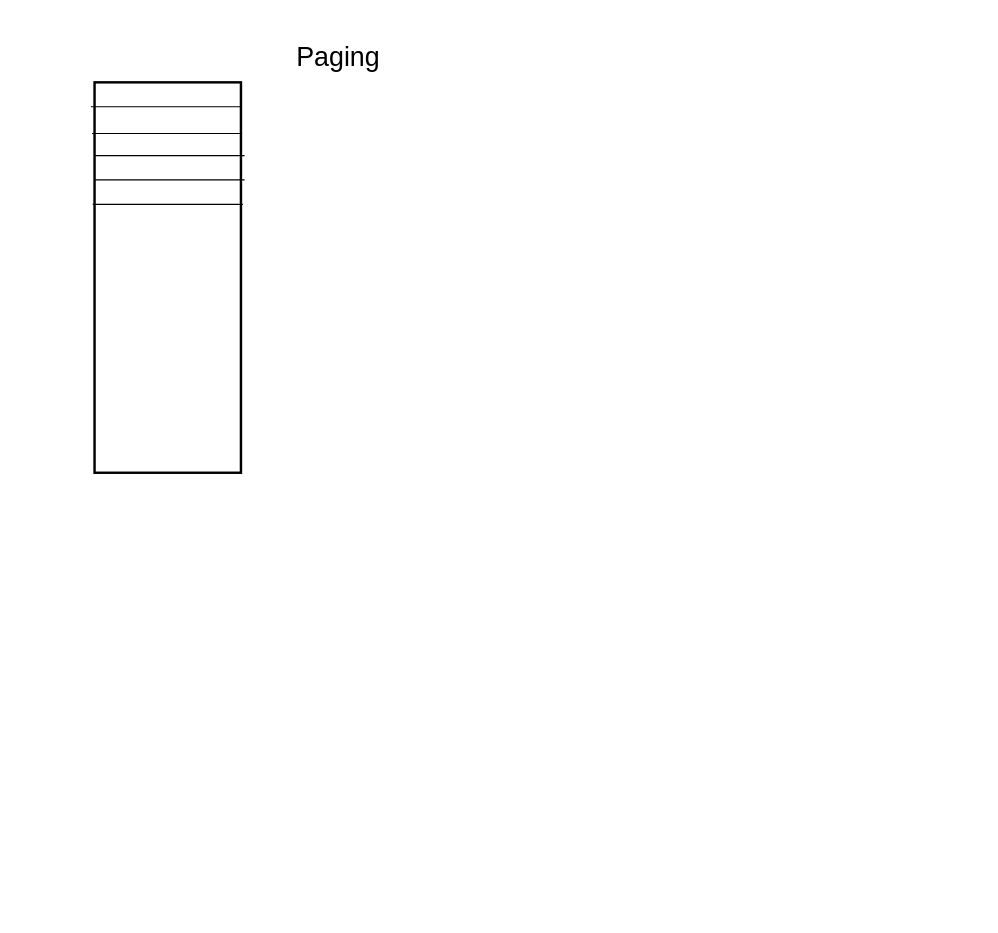
This is page "Paging" (2 of 9) of Memory Management.drawio from CorpDK/Drawing, a draw.io file, before an edit. Source tidied: cells renumbered, new cells numbered last; positions are measured from the earlier drawing's top-left corner, leaving out a move shared by most shapes. Both pictures are drawn from the tidied source at 122%, with x=0, y=0 at pixel (90, 33).
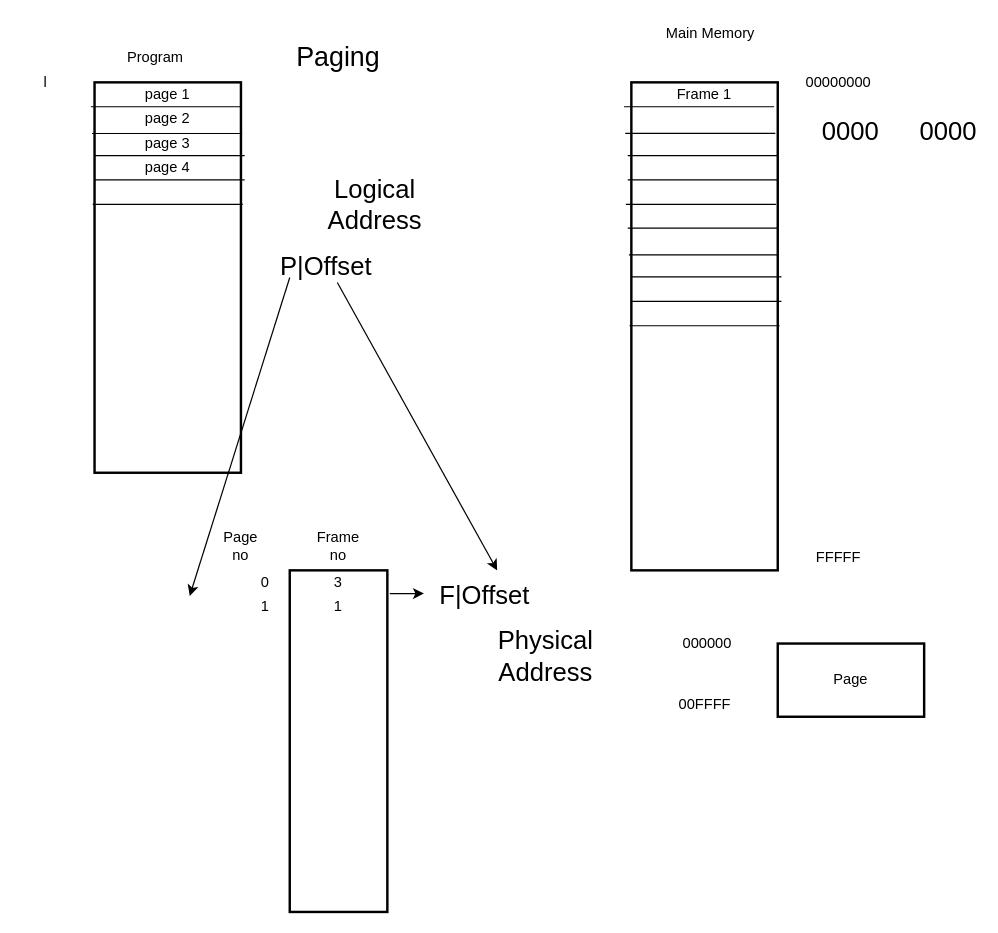
Above is the later version.

What changed in the source:
```diff
@@
+    <mxCell id="9" value="l" style="text;html=1;strokeColor=none;fillColor=none;align=center;verticalAlign=middle;whiteSpace=wrap;rounded=0;glass=0;" parent="1" vertex="1">
+      <mxGeometry x="-57" y="30" width="40" height="20" as="geometry" />
+    </mxCell>
+    <mxCell id="10" value="page 1&lt;br&gt;" style="text;html=1;strokeColor=none;fillColor=none;align=center;verticalAlign=middle;whiteSpace=wrap;rounded=0;glass=0;" parent="1" vertex="1">
+      <mxGeometry x="43" y="40" width="40" height="20" as="geometry" />
+    </mxCell>
+    <mxCell id="11" value="page 2" style="text;html=1;strokeColor=none;fillColor=none;align=center;verticalAlign=middle;whiteSpace=wrap;rounded=0;glass=0;" parent="1" vertex="1">
+      <mxGeometry x="43" y="60" width="40" height="20" as="geometry" />
+    </mxCell>
+    <mxCell id="12" value="page 3" style="text;html=1;strokeColor=none;fillColor=none;align=center;verticalAlign=middle;whiteSpace=wrap;rounded=0;glass=0;" parent="1" vertex="1">
+      <mxGeometry x="43" y="80" width="40" height="20" as="geometry" />
+    </mxCell>
+    <mxCell id="13" value="page 4" style="text;html=1;strokeColor=none;fillColor=none;align=center;verticalAlign=middle;whiteSpace=wrap;rounded=0;glass=0;" parent="1" vertex="1">
+      <mxGeometry x="43" y="100" width="40" height="20" as="geometry" />
+    </mxCell>
+    <mxCell id="14" value="Program" style="text;html=1;strokeColor=none;fillColor=none;align=center;verticalAlign=middle;whiteSpace=wrap;rounded=0;glass=0;" parent="1" vertex="1">
+      <mxGeometry x="33" y="10" width="40" height="20" as="geometry" />
+    </mxCell>
+    <mxCell id="15" style="rounded=0;whiteSpace=wrap;html=1;glass=0;strokeWidth=2;fillColor=none;" parent="1" vertex="1">
+      <mxGeometry x="443" y="40" width="120" height="400" as="geometry" />
+    </mxCell>
+    <mxCell id="16" value="Main Memory" style="text;html=1;strokeColor=none;fillColor=none;align=center;verticalAlign=middle;whiteSpace=wrap;rounded=0;glass=0;" parent="1" vertex="1">
+      <mxGeometry x="463" y="-10" width="90" height="20" as="geometry" />
+    </mxCell>
+    <mxCell id="17" style="endArrow=none;html=1;entryX=1.008;entryY=0.131;entryDx=0;entryDy=0;entryPerimeter=0;exitX=-0.017;exitY=0.131;exitDx=0;exitDy=0;exitPerimeter=0;" parent="1" edge="1">
+      <mxGeometry relative="1" as="geometry">
+        <mxPoint x="438" y="81.9" as="sourcePoint" />
+        <mxPoint x="561" y="81.9" as="targetPoint" />
+      </mxGeometry>
+    </mxCell>
+    <mxCell id="18" style="endArrow=none;html=1;entryX=1.008;entryY=0.131;entryDx=0;entryDy=0;entryPerimeter=0;exitX=-0.017;exitY=0.131;exitDx=0;exitDy=0;exitPerimeter=0;" parent="1" edge="1">
+      <mxGeometry relative="1" as="geometry">
+        <mxPoint x="440" y="120" as="sourcePoint" />
+        <mxPoint x="563" y="120" as="targetPoint" />
+      </mxGeometry>
+    </mxCell>
+    <mxCell id="19" style="endArrow=none;html=1;entryX=1.008;entryY=0.131;entryDx=0;entryDy=0;entryPerimeter=0;exitX=-0.017;exitY=0.131;exitDx=0;exitDy=0;exitPerimeter=0;" parent="1" edge="1">
+      <mxGeometry relative="1" as="geometry">
+        <mxPoint x="437" y="60" as="sourcePoint" />
+        <mxPoint x="560" y="60" as="targetPoint" />
+      </mxGeometry>
+    </mxCell>
+    <mxCell id="20" style="endArrow=none;html=1;entryX=1.008;entryY=0.131;entryDx=0;entryDy=0;entryPerimeter=0;exitX=-0.017;exitY=0.131;exitDx=0;exitDy=0;exitPerimeter=0;" parent="1" edge="1">
+      <mxGeometry relative="1" as="geometry">
+        <mxPoint x="440" y="100" as="sourcePoint" />
+        <mxPoint x="563" y="100" as="targetPoint" />
+      </mxGeometry>
+    </mxCell>
+    <mxCell id="21" style="endArrow=none;html=1;entryX=1.008;entryY=0.131;entryDx=0;entryDy=0;entryPerimeter=0;exitX=-0.017;exitY=0.131;exitDx=0;exitDy=0;exitPerimeter=0;" parent="1" edge="1">
+      <mxGeometry relative="1" as="geometry">
+        <mxPoint x="438.5" y="140" as="sourcePoint" />
+        <mxPoint x="561.5" y="140" as="targetPoint" />
+      </mxGeometry>
+    </mxCell>
+    <mxCell id="22" style="endArrow=none;html=1;entryX=1.008;entryY=0.131;entryDx=0;entryDy=0;entryPerimeter=0;exitX=-0.017;exitY=0.131;exitDx=0;exitDy=0;exitPerimeter=0;" parent="1" edge="1">
+      <mxGeometry relative="1" as="geometry">
+        <mxPoint x="441" y="181.4" as="sourcePoint" />
+        <mxPoint x="564" y="181.4" as="targetPoint" />
+      </mxGeometry>
+    </mxCell>
+    <mxCell id="23" style="endArrow=none;html=1;entryX=1.008;entryY=0.131;entryDx=0;entryDy=0;entryPerimeter=0;exitX=-0.017;exitY=0.131;exitDx=0;exitDy=0;exitPerimeter=0;" parent="1" edge="1">
+      <mxGeometry relative="1" as="geometry">
+        <mxPoint x="443" y="219.5" as="sourcePoint" />
+        <mxPoint x="566" y="219.5" as="targetPoint" />
+      </mxGeometry>
+    </mxCell>
+    <mxCell id="24" style="endArrow=none;html=1;entryX=1.008;entryY=0.131;entryDx=0;entryDy=0;entryPerimeter=0;exitX=-0.017;exitY=0.131;exitDx=0;exitDy=0;exitPerimeter=0;" parent="1" edge="1">
+      <mxGeometry relative="1" as="geometry">
+        <mxPoint x="440" y="159.5" as="sourcePoint" />
+        <mxPoint x="563" y="159.5" as="targetPoint" />
+      </mxGeometry>
+    </mxCell>
+    <mxCell id="25" style="endArrow=none;html=1;entryX=1.008;entryY=0.131;entryDx=0;entryDy=0;entryPerimeter=0;exitX=-0.017;exitY=0.131;exitDx=0;exitDy=0;exitPerimeter=0;" parent="1" edge="1">
+      <mxGeometry relative="1" as="geometry">
+        <mxPoint x="443" y="199.5" as="sourcePoint" />
+        <mxPoint x="566" y="199.5" as="targetPoint" />
+      </mxGeometry>
+    </mxCell>
+    <mxCell id="26" style="endArrow=none;html=1;entryX=1.008;entryY=0.131;entryDx=0;entryDy=0;entryPerimeter=0;exitX=-0.017;exitY=0.131;exitDx=0;exitDy=0;exitPerimeter=0;" parent="1" edge="1">
+      <mxGeometry relative="1" as="geometry">
+        <mxPoint x="441.5" y="239.5" as="sourcePoint" />
+        <mxPoint x="564.5" y="239.5" as="targetPoint" />
+      </mxGeometry>
+    </mxCell>
+    <mxCell id="27" value="Frame 1" style="text;html=1;strokeColor=none;fillColor=none;align=center;verticalAlign=middle;whiteSpace=wrap;rounded=0;glass=0;" parent="1" vertex="1">
+      <mxGeometry x="468" y="40" width="70" height="20" as="geometry" />
+    </mxCell>
+    <mxCell id="28" value="00000000" style="text;html=1;strokeColor=none;fillColor=none;align=center;verticalAlign=middle;whiteSpace=wrap;rounded=0;glass=0;" parent="1" vertex="1">
+      <mxGeometry x="593" y="30" width="40" height="20" as="geometry" />
+    </mxCell>
+    <mxCell id="29" value="FFFFF" style="text;html=1;strokeColor=none;fillColor=none;align=center;verticalAlign=middle;whiteSpace=wrap;rounded=0;glass=0;" parent="1" vertex="1">
+      <mxGeometry x="593" y="420" width="40" height="20" as="geometry" />
+    </mxCell>
+    <mxCell id="30" style="rounded=0;whiteSpace=wrap;html=1;glass=0;strokeWidth=2;fillColor=none;" parent="1" vertex="1">
+      <mxGeometry x="163" y="440" width="80" height="280" as="geometry" />
+    </mxCell>
+    <mxCell id="31" value="Page no" style="text;html=1;strokeColor=none;fillColor=none;align=center;verticalAlign=middle;whiteSpace=wrap;rounded=0;glass=0;" parent="1" vertex="1">
+      <mxGeometry x="103" y="410" width="40" height="20" as="geometry" />
+    </mxCell>
+    <mxCell id="32" value="Frame no" style="text;html=1;strokeColor=none;fillColor=none;align=center;verticalAlign=middle;whiteSpace=wrap;rounded=0;glass=0;" parent="1" vertex="1">
+      <mxGeometry x="183" y="410" width="40" height="20" as="geometry" />
+    </mxCell>
+    <mxCell id="33" value="0" style="text;html=1;strokeColor=none;fillColor=none;align=center;verticalAlign=middle;whiteSpace=wrap;rounded=0;glass=0;" parent="1" vertex="1">
+      <mxGeometry x="123" y="440" width="40" height="20" as="geometry" />
+    </mxCell>
+    <mxCell id="34" value="3" style="text;html=1;strokeColor=none;fillColor=none;align=center;verticalAlign=middle;whiteSpace=wrap;rounded=0;glass=0;" parent="1" vertex="1">
+      <mxGeometry x="183" y="440" width="40" height="20" as="geometry" />
+    </mxCell>
+    <mxCell id="35" value="1" style="text;html=1;strokeColor=none;fillColor=none;align=center;verticalAlign=middle;whiteSpace=wrap;rounded=0;glass=0;" parent="1" vertex="1">
+      <mxGeometry x="123" y="460" width="40" height="20" as="geometry" />
+    </mxCell>
+    <mxCell id="36" value="1" style="text;html=1;strokeColor=none;fillColor=none;align=center;verticalAlign=middle;whiteSpace=wrap;rounded=0;glass=0;" parent="1" vertex="1">
+      <mxGeometry x="183" y="460" width="40" height="20" as="geometry" />
+    </mxCell>
+    <mxCell id="37" value="Page" style="rounded=0;whiteSpace=wrap;html=1;glass=0;strokeWidth=2;fillColor=none;" parent="1" vertex="1">
+      <mxGeometry x="563" y="500" width="120" height="60" as="geometry" />
+    </mxCell>
+    <mxCell id="38" value="000000" style="text;html=1;strokeColor=none;fillColor=none;align=center;verticalAlign=middle;whiteSpace=wrap;rounded=0;glass=0;" parent="1" vertex="1">
+      <mxGeometry x="448" y="490" width="115" height="20" as="geometry" />
+    </mxCell>
+    <mxCell id="39" value="00FFFF" style="text;html=1;strokeColor=none;fillColor=none;align=center;verticalAlign=middle;whiteSpace=wrap;rounded=0;glass=0;" parent="1" vertex="1">
+      <mxGeometry x="445.5" y="540" width="115" height="20" as="geometry" />
+    </mxCell>
+    <mxCell id="40" value="P|Offset" style="text;html=1;strokeColor=none;fillColor=none;align=center;verticalAlign=middle;whiteSpace=wrap;rounded=0;glass=0;fontSize=21;" parent="1" vertex="1">
+      <mxGeometry x="133" y="180" width="120" height="20" as="geometry" />
+    </mxCell>
+    <mxCell id="41" style="endArrow=classic;html=1;fontSize=21;exitX=0.25;exitY=1;exitDx=0;exitDy=0;entryX=-0.025;entryY=0.075;entryDx=0;entryDy=0;entryPerimeter=0;" parent="1" edge="1" source="40">
+      <mxGeometry relative="1" as="geometry">
+        <mxPoint x="81" y="461" as="targetPoint" />
+      </mxGeometry>
+    </mxCell>
+    <mxCell id="42" value="0000" style="text;html=1;strokeColor=none;fillColor=none;align=center;verticalAlign=middle;whiteSpace=wrap;rounded=0;glass=0;fontSize=21;" parent="1" vertex="1">
+      <mxGeometry x="603" y="70" width="40" height="20" as="geometry" />
+    </mxCell>
+    <mxCell id="43" value="0000" style="text;html=1;strokeColor=none;fillColor=none;align=center;verticalAlign=middle;whiteSpace=wrap;rounded=0;glass=0;fontSize=21;" parent="1" vertex="1">
+      <mxGeometry x="683" y="70" width="40" height="20" as="geometry" />
+    </mxCell>
+    <mxCell id="44" value="F|Offset" style="text;html=1;strokeColor=none;fillColor=none;align=center;verticalAlign=middle;whiteSpace=wrap;rounded=0;glass=0;fontSize=21;" parent="1" vertex="1">
+      <mxGeometry x="303" y="450" width="40" height="20" as="geometry" />
+    </mxCell>
+    <mxCell id="45" style="endArrow=classic;html=1;fontSize=21;exitX=0.575;exitY=1.2;exitDx=0;exitDy=0;exitPerimeter=0;" parent="1" edge="1" source="40">
+      <mxGeometry relative="1" as="geometry">
+        <mxPoint x="333" y="440" as="targetPoint" />
+      </mxGeometry>
+    </mxCell>
+    <mxCell id="46" style="endArrow=classic;html=1;fontSize=21;exitX=1.025;exitY=0.068;exitDx=0;exitDy=0;exitPerimeter=0;" parent="1" edge="1" source="30">
+      <mxGeometry relative="1" as="geometry">
+        <mxPoint x="273" y="459" as="targetPoint" />
+      </mxGeometry>
+    </mxCell>
+    <mxCell id="47" value="Logical Address" style="text;html=1;strokeColor=none;fillColor=none;align=center;verticalAlign=middle;whiteSpace=wrap;rounded=0;glass=0;fontSize=21;" parent="1" vertex="1">
+      <mxGeometry x="213" y="130" width="40" height="20" as="geometry" />
+    </mxCell>
+    <mxCell id="48" value="Physical Address" style="text;html=1;strokeColor=none;fillColor=none;align=center;verticalAlign=middle;whiteSpace=wrap;rounded=0;glass=0;fontSize=21;" parent="1" vertex="1">
+      <mxGeometry x="353" y="500" width="40" height="20" as="geometry" />
+    </mxCell>
```
